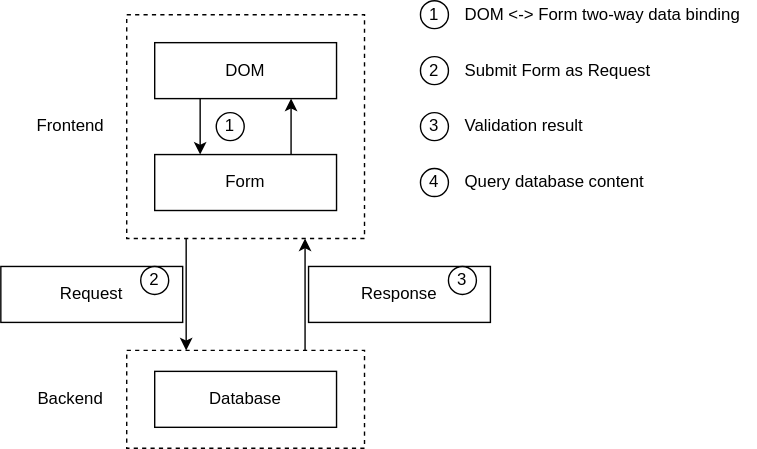
Above: src/Scenario2/states.drawio.svg in mulcloud/state-management-demo (draw.io), before the change. Source tidied: cells renumbered, new cells last; positions are measured from the earlier drawing's top-left corner, leaving out a move shared by most shapes.
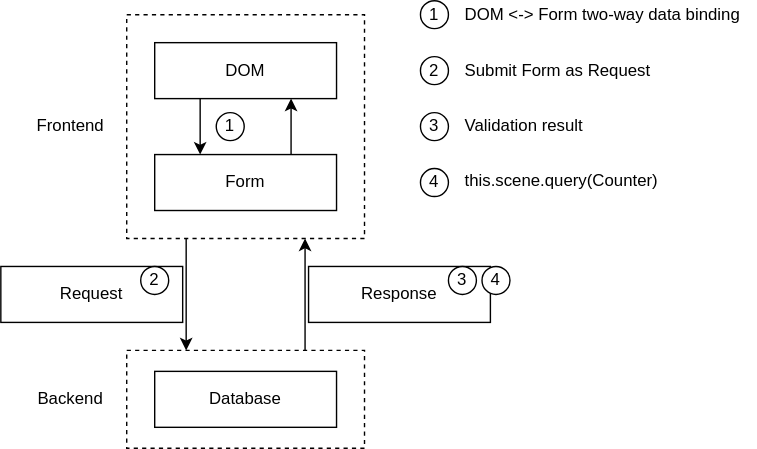
Later version of the same file.

What changed in the source:
```diff
@@ -71,8 +71,11 @@
     <mxCell id="24" value="4" style="ellipse;whiteSpace=wrap;html=1;" parent="1" vertex="1">
       <mxGeometry x="300" y="120" width="20" height="20" as="geometry" />
     </mxCell>
-    <mxCell id="25" value="Query database content" style="text;html=1;strokeColor=none;fillColor=none;align=left;verticalAlign=middle;whiteSpace=wrap;rounded=0;dashed=1;" parent="1" vertex="1">
-      <mxGeometry x="330" y="120" width="210" height="20" as="geometry" />
-    </mxCell>
+    <mxCell id="26" value="4" style="ellipse;whiteSpace=wrap;html=1;" parent="1" vertex="1">
+      <mxGeometry x="344" y="190" width="20" height="20" as="geometry" />
+    </mxCell>
+    <mxCell id="27" value="this.scene.query(Counter)" style="text;whiteSpace=wrap;html=1;" parent="1" vertex="1">
+      <mxGeometry x="330" y="115" width="160" height="30" as="geometry" />
+    </mxCell>
   </root>
 </mxGraphModel>
```
